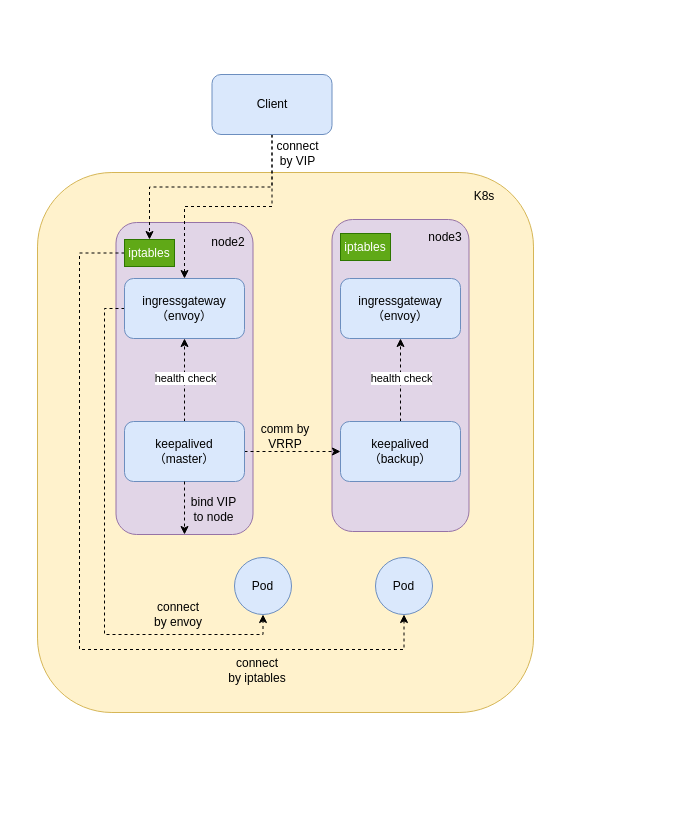
This is diagrams/nlb架构.drawio from fengyinqiao/cloudimg, a draw.io file, before an edit. Source tidied: cells renumbered, new cells numbered last; positions are measured from the earlier drawing's top-left corner, leaving out a move shared by most shapes. Both pictures are drawn from the tidied source at 100%, with x=0, y=0 at pixel (37, 74).
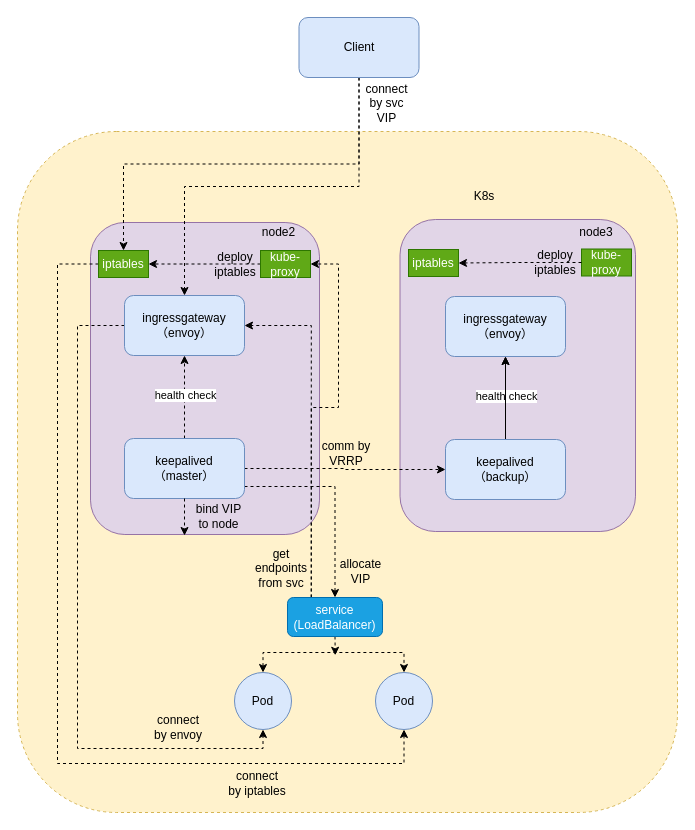
The same diagram, later.

Change to the diagram source:
```diff
@@
-    <mxCell id="2" style="rounded=1;whiteSpace=wrap;html=1;fillColor=#fff2cc;strokeColor=#d6b656;" parent="1" vertex="1">
-      <mxGeometry y="98" width="496" height="540" as="geometry" />
+    <mxCell id="2" style="rounded=1;whiteSpace=wrap;html=1;fillColor=#fff2cc;strokeColor=#d6b656;dashed=1;" parent="1" vertex="1">
+      <mxGeometry x="-20" y="57" width="660" height="681" as="geometry" />
     </mxCell>
     <mxCell id="3" style="rounded=1;whiteSpace=wrap;html=1;fillColor=#e1d5e7;strokeColor=#9673a6;" parent="1" vertex="1">
-      <mxGeometry x="294.5" y="145" width="137" height="312" as="geometry" />
+      <mxGeometry x="362.5" y="145" width="235.5" height="312" as="geometry" />
     </mxCell>
     <mxCell id="4" style="rounded=1;whiteSpace=wrap;html=1;fillColor=#e1d5e7;strokeColor=#9673a6;" parent="1" vertex="1">
-      <mxGeometry x="78.5" y="148" width="137" height="312" as="geometry" />
+      <mxGeometry x="53" y="148" width="229" height="312" as="geometry" />
     </mxCell>
     <mxCell id="5" style="edgeStyle=orthogonalEdgeStyle;rounded=0;jettySize=auto;html=1;exitX=0;exitY=0.5;exitDx=0;exitDy=0;entryX=0.5;entryY=1;entryDx=0;entryDy=0;dashed=1;" parent="1" edge="1" source="6" target="24">
       <mxGeometry relative="1" as="geometry">
         <Array as="points">
-          <mxPoint x="67" y="234" />
-          <mxPoint x="67" y="560" />
-          <mxPoint x="226" y="560" />
+          <mxPoint x="40" y="251" />
+          <mxPoint x="40" y="674" />
+          <mxPoint x="226" y="674" />
         </Array>
       </mxGeometry>
     </mxCell>
     <mxCell id="6" value="ingressgateway&lt;br&gt;（envoy）" style="rounded=1;whiteSpace=wrap;html=1;fillColor=#dae8fc;strokeColor=#6c8ebf;" parent="1" vertex="1">
-      <mxGeometry x="87" y="204" width="120" height="60" as="geometry" />
+      <mxGeometry x="87" y="221" width="120" height="60" as="geometry" />
     </mxCell>
@@
+    <mxCell id="32" style="edgeStyle=orthogonalEdgeStyle;rounded=0;jettySize=auto;html=1;exitX=1;exitY=0.5;exitDx=0;exitDy=0;entryX=0.5;entryY=0;entryDx=0;entryDy=0;dashed=1;" parent="1" edge="1" source="10" target="38">
+      <mxGeometry relative="1" as="geometry">
+        <Array as="points">
+          <mxPoint x="207" y="412" />
+          <mxPoint x="297" y="412" />
+        </Array>
+      </mxGeometry>
+    </mxCell>
     <mxCell id="10" value="keepalived&lt;br&gt;（master）" style="rounded=1;whiteSpace=wrap;html=1;fillColor=#dae8fc;strokeColor=#6c8ebf;" parent="1" vertex="1">
-      <mxGeometry x="87" y="347" width="120" height="60" as="geometry" />
+      <mxGeometry x="87" y="364" width="120" height="60" as="geometry" />
     </mxCell>
     <mxCell id="11" value="ingressgateway&lt;br&gt;（envoy）" style="rounded=1;whiteSpace=wrap;html=1;fillColor=#dae8fc;strokeColor=#6c8ebf;" parent="1" vertex="1">
-      <mxGeometry x="303" y="204" width="120" height="60" as="geometry" />
+      <mxGeometry x="408" y="222" width="120" height="60" as="geometry" />
     </mxCell>
@@
+    <mxCell id="33" style="edgeStyle=orthogonalEdgeStyle;rounded=0;jettySize=auto;html=1;" parent="1" edge="1" source="14" target="11">
+      <mxGeometry relative="1" as="geometry" />
+    </mxCell>
     <mxCell id="14" value="keepalived&lt;br&gt;（backup）" style="rounded=1;whiteSpace=wrap;html=1;fillColor=#dae8fc;strokeColor=#6c8ebf;" parent="1" vertex="1">
-      <mxGeometry x="303" y="347" width="120" height="60" as="geometry" />
+      <mxGeometry x="408" y="365" width="120" height="60" as="geometry" />
     </mxCell>
     <mxCell id="15" value="comm by VRRP" style="text;html=1;strokeColor=none;fillColor=none;align=center;verticalAlign=middle;whiteSpace=wrap;rounded=0;" parent="1" vertex="1">
-      <mxGeometry x="218" y="347" width="60" height="30" as="geometry" />
+      <mxGeometry x="279" y="364" width="60" height="30" as="geometry" />
     </mxCell>
     <mxCell id="16" value="node2" style="text;html=1;strokeColor=none;fillColor=none;align=center;verticalAlign=middle;whiteSpace=wrap;rounded=0;" parent="1" vertex="1">
-      <mxGeometry x="161" y="153" width="60" height="30" as="geometry" />
+      <mxGeometry x="221" y="151" width="41" height="14" as="geometry" />
     </mxCell>
     <mxCell id="17" value="node3" style="text;html=1;strokeColor=none;fillColor=none;align=center;verticalAlign=middle;whiteSpace=wrap;rounded=0;" parent="1" vertex="1">
-      <mxGeometry x="378" y="148" width="60" height="30" as="geometry" />
+      <mxGeometry x="537" y="148" width="44" height="19" as="geometry" />
     </mxCell>
-    <mxCell id="18" style="endArrow=classic;html=1;rounded=0;entryX=0.5;entryY=1;entryDx=0;entryDy=0;exitX=0.5;exitY=1;exitDx=0;exitDy=0;dashed=1;" parent="1" edge="1" source="10" target="4">
-      <mxGeometry relative="1" as="geometry" />
+    <mxCell id="18" style="endArrow=classic;html=1;rounded=0;exitX=0.5;exitY=1;exitDx=0;exitDy=0;dashed=1;" parent="1" edge="1" source="10">
+      <mxGeometry relative="1" as="geometry">
+        <mxPoint x="147" y="461" as="targetPoint" />
+      </mxGeometry>
     </mxCell>
     <mxCell id="19" value="bind VIP to node" style="text;html=1;strokeColor=none;fillColor=none;align=center;verticalAlign=middle;whiteSpace=wrap;rounded=0;" parent="1" vertex="1">
-      <mxGeometry x="150" y="422" width="53" height="26" as="geometry" />
+      <mxGeometry x="155" y="429" width="53" height="26" as="geometry" />
     </mxCell>
@@
     <mxCell id="23" value="Client" style="rounded=1;whiteSpace=wrap;html=1;fillColor=#dae8fc;strokeColor=#6c8ebf;" parent="1" vertex="1">
-      <mxGeometry x="174.5" width="120" height="60" as="geometry" />
+      <mxGeometry x="261.5" y="-57" width="120" height="60" as="geometry" />
     </mxCell>
+    <mxCell id="34" style="edgeStyle=orthogonalEdgeStyle;rounded=0;jettySize=auto;html=1;exitX=0.5;exitY=0;exitDx=0;exitDy=0;entryX=0.5;entryY=0;entryDx=0;entryDy=0;dashed=1;startArrow=classic;startFill=1;" parent="1" edge="1" source="24" target="25">
+      <mxGeometry relative="1" as="geometry" />
+    </mxCell>
     <mxCell id="24" value="Pod" style="ellipse;whiteSpace=wrap;html=1;fillColor=#dae8fc;strokeColor=#6c8ebf;" parent="1" vertex="1">
-      <mxGeometry x="197" y="483" width="57" height="57" as="geometry" />
+      <mxGeometry x="197" y="598" width="57" height="57" as="geometry" />
     </mxCell>
     <mxCell id="25" value="Pod" style="ellipse;whiteSpace=wrap;html=1;fillColor=#dae8fc;strokeColor=#6c8ebf;" parent="1" vertex="1">
-      <mxGeometry x="338" y="483" width="57" height="57" as="geometry" />
+      <mxGeometry x="338" y="598" width="57" height="57" as="geometry" />
     </mxCell>
     <mxCell id="26" style="edgeStyle=orthogonalEdgeStyle;rounded=0;jettySize=auto;html=1;exitX=0;exitY=0.5;exitDx=0;exitDy=0;entryX=0.5;entryY=1;entryDx=0;entryDy=0;dashed=1;" parent="1" edge="1" source="27" target="25">
       <mxGeometry relative="1" as="geometry">
         <Array as="points">
-          <mxPoint x="42" y="179" />
-          <mxPoint x="42" y="575" />
-          <mxPoint x="367" y="575" />
+          <mxPoint x="20" y="190" />
+          <mxPoint x="20" y="689" />
+          <mxPoint x="367" y="689" />
         </Array>
       </mxGeometry>
     </mxCell>
     <mxCell id="27" value="iptables" style="text;html=1;strokeColor=#2D7600;fillColor=#60a917;align=center;verticalAlign=middle;whiteSpace=wrap;rounded=0;fontColor=#ffffff;" parent="1" vertex="1">
-      <mxGeometry x="87" y="165" width="50" height="27" as="geometry" />
+      <mxGeometry x="61" y="176" width="50" height="27" as="geometry" />
     </mxCell>
     <mxCell id="28" value="iptables" style="text;html=1;strokeColor=#2D7600;fillColor=#60a917;align=center;verticalAlign=middle;whiteSpace=wrap;rounded=0;fontColor=#ffffff;" parent="1" vertex="1">
-      <mxGeometry x="303" y="159" width="50" height="27" as="geometry" />
+      <mxGeometry x="371" y="175" width="50" height="27" as="geometry" />
     </mxCell>
     <mxCell id="29" value="connect by iptables" style="text;html=1;strokeColor=none;fillColor=none;align=center;verticalAlign=middle;whiteSpace=wrap;rounded=0;" parent="1" vertex="1">
-      <mxGeometry x="190" y="581" width="60" height="30" as="geometry" />
+      <mxGeometry x="190" y="694" width="60" height="30" as="geometry" />
     </mxCell>
     <mxCell id="30" value="connect by envoy" style="text;html=1;strokeColor=none;fillColor=none;align=center;verticalAlign=middle;whiteSpace=wrap;rounded=0;" parent="1" vertex="1">
-      <mxGeometry x="111" y="525" width="60" height="30" as="geometry" />
+      <mxGeometry x="111" y="638" width="60" height="30" as="geometry" />
     </mxCell>
-    <mxCell id="31" value="connect by VIP" style="text;html=1;strokeColor=none;fillColor=none;align=center;verticalAlign=middle;whiteSpace=wrap;rounded=0;" parent="1" vertex="1">
-      <mxGeometry x="236" y="68" width="49" height="22" as="geometry" />
+    <mxCell id="31" value="connect by svc VIP" style="text;html=1;strokeColor=none;fillColor=none;align=center;verticalAlign=middle;whiteSpace=wrap;rounded=0;" parent="1" vertex="1">
+      <mxGeometry x="325" y="18" width="49" height="22" as="geometry" />
     </mxCell>
+    <mxCell id="35" style="edgeStyle=orthogonalEdgeStyle;rounded=0;jettySize=auto;html=1;exitX=0.5;exitY=1;exitDx=0;exitDy=0;dashed=1;" parent="1" edge="1" source="38">
+      <mxGeometry relative="1" as="geometry">
+        <mxPoint x="297.7" y="580.8" as="targetPoint" />
+      </mxGeometry>
+    </mxCell>
+    <mxCell id="36" style="edgeStyle=orthogonalEdgeStyle;rounded=0;jettySize=auto;html=1;exitX=0.25;exitY=0;exitDx=0;exitDy=0;entryX=1;entryY=0.5;entryDx=0;entryDy=0;dashed=1;" parent="1" edge="1" source="38" target="41">
+      <mxGeometry relative="1" as="geometry">
+        <Array as="points">
+          <mxPoint x="274" y="333" />
+          <mxPoint x="301" y="333" />
+          <mxPoint x="301" y="190" />
+        </Array>
+      </mxGeometry>
+    </mxCell>
+    <mxCell id="37" style="edgeStyle=orthogonalEdgeStyle;rounded=0;jettySize=auto;html=1;exitX=0.25;exitY=0;exitDx=0;exitDy=0;entryX=1;entryY=0.5;entryDx=0;entryDy=0;dashed=1;" parent="1" edge="1" source="38" target="6">
+      <mxGeometry relative="1" as="geometry" />
+    </mxCell>
+    <mxCell id="38" value="service&lt;br&gt;(LoadBalancer)" style="rounded=1;whiteSpace=wrap;html=1;fillColor=#1ba1e2;fontColor=#ffffff;strokeColor=#006EAF;" parent="1" vertex="1">
+      <mxGeometry x="250" y="523" width="95" height="39" as="geometry" />
+    </mxCell>
+    <mxCell id="39" value="get &lt;br&gt;endpoints&lt;br&gt;from svc&lt;br&gt;&amp;nbsp;" style="text;html=1;strokeColor=none;fillColor=none;align=center;verticalAlign=middle;whiteSpace=wrap;rounded=0;" parent="1" vertex="1">
+      <mxGeometry x="221" y="496" width="46" height="9" as="geometry" />
+    </mxCell>
+    <mxCell id="40" style="edgeStyle=orthogonalEdgeStyle;rounded=0;jettySize=auto;html=1;exitX=0;exitY=0.5;exitDx=0;exitDy=0;entryX=1;entryY=0.5;entryDx=0;entryDy=0;dashed=1;" parent="1" edge="1" source="41" target="27">
+      <mxGeometry relative="1" as="geometry" />
+    </mxCell>
+    <mxCell id="41" value="kube-proxy" style="text;html=1;strokeColor=#2D7600;fillColor=#60a917;align=center;verticalAlign=middle;whiteSpace=wrap;rounded=0;fontColor=#ffffff;" parent="1" vertex="1">
+      <mxGeometry x="223" y="176" width="50" height="27" as="geometry" />
+    </mxCell>
+    <mxCell id="42" value="deploy&lt;br&gt;iptables" style="text;html=1;strokeColor=none;fillColor=none;align=center;verticalAlign=middle;whiteSpace=wrap;rounded=0;" parent="1" vertex="1">
+      <mxGeometry x="180" y="182.5" width="36" height="14" as="geometry" />
+    </mxCell>
+    <mxCell id="43" value="kube-proxy" style="text;html=1;strokeColor=#2D7600;fillColor=#60a917;align=center;verticalAlign=middle;whiteSpace=wrap;rounded=0;fontColor=#ffffff;" parent="1" vertex="1">
+      <mxGeometry x="544" y="174.5" width="50" height="27" as="geometry" />
+    </mxCell>
+    <mxCell id="44" style="edgeStyle=orthogonalEdgeStyle;rounded=0;jettySize=auto;html=1;dashed=1;exitX=0;exitY=0.5;exitDx=0;exitDy=0;" parent="1" edge="1" source="43" target="28">
+      <mxGeometry relative="1" as="geometry" />
+    </mxCell>
+    <mxCell id="45" value="deploy&lt;br&gt;iptables" style="text;html=1;strokeColor=none;fillColor=none;align=center;verticalAlign=middle;whiteSpace=wrap;rounded=0;" parent="1" vertex="1">
+      <mxGeometry x="500" y="171" width="36" height="34" as="geometry" />
+    </mxCell>
+    <mxCell id="46" value="allocate VIP" style="text;html=1;strokeColor=none;fillColor=none;align=center;verticalAlign=middle;whiteSpace=wrap;rounded=0;" parent="1" vertex="1">
+      <mxGeometry x="306.5" y="490" width="33" height="14" as="geometry" />
+    </mxCell>
```
